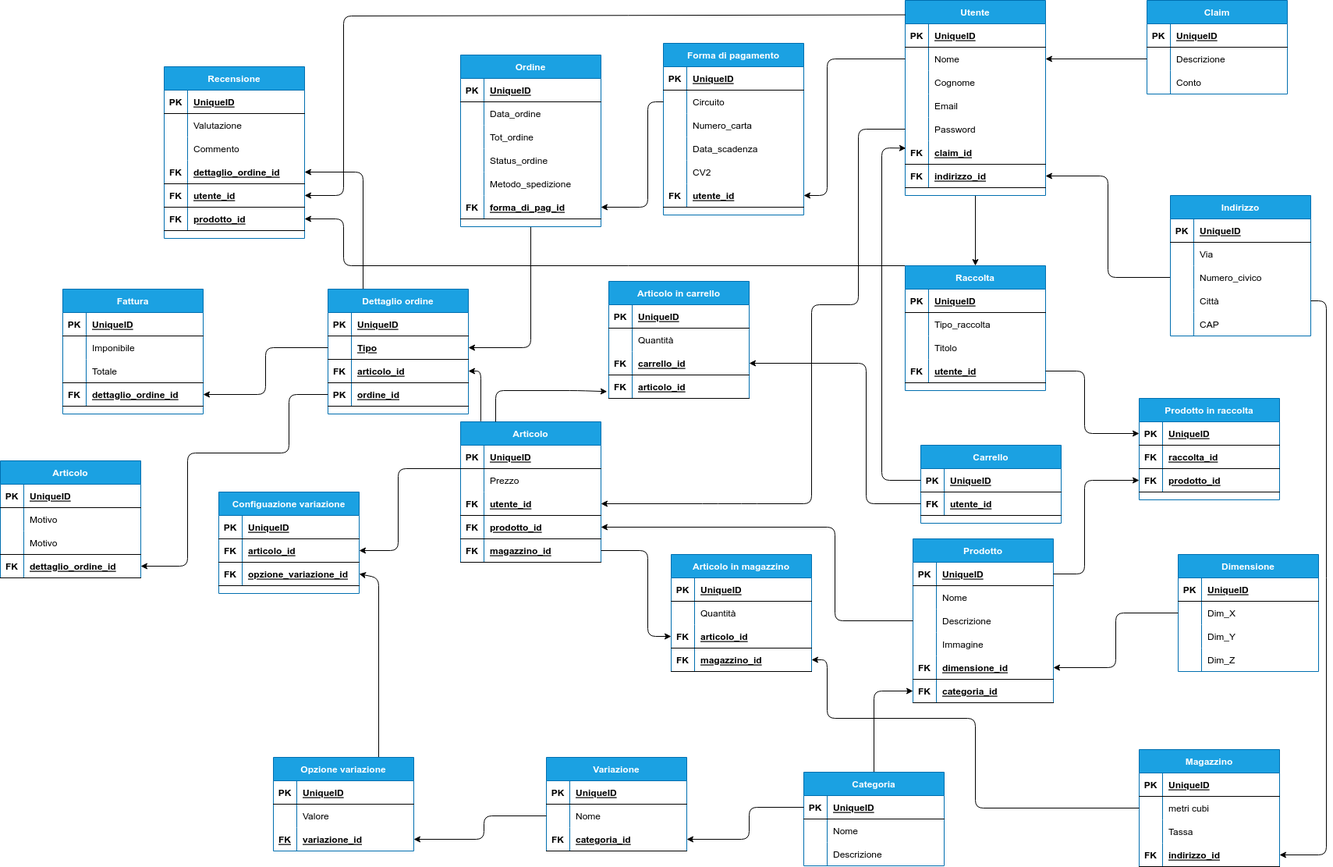
EndriDomiUni/E-commerce keeps this draw.io diagram as doc/modello_logico/modello_logico.png. Above is the earlier version. Source tidied: cells renumbered, new cells last; positions are measured from the earlier drawing's top-left corner, leaving out a move shared by most shapes.
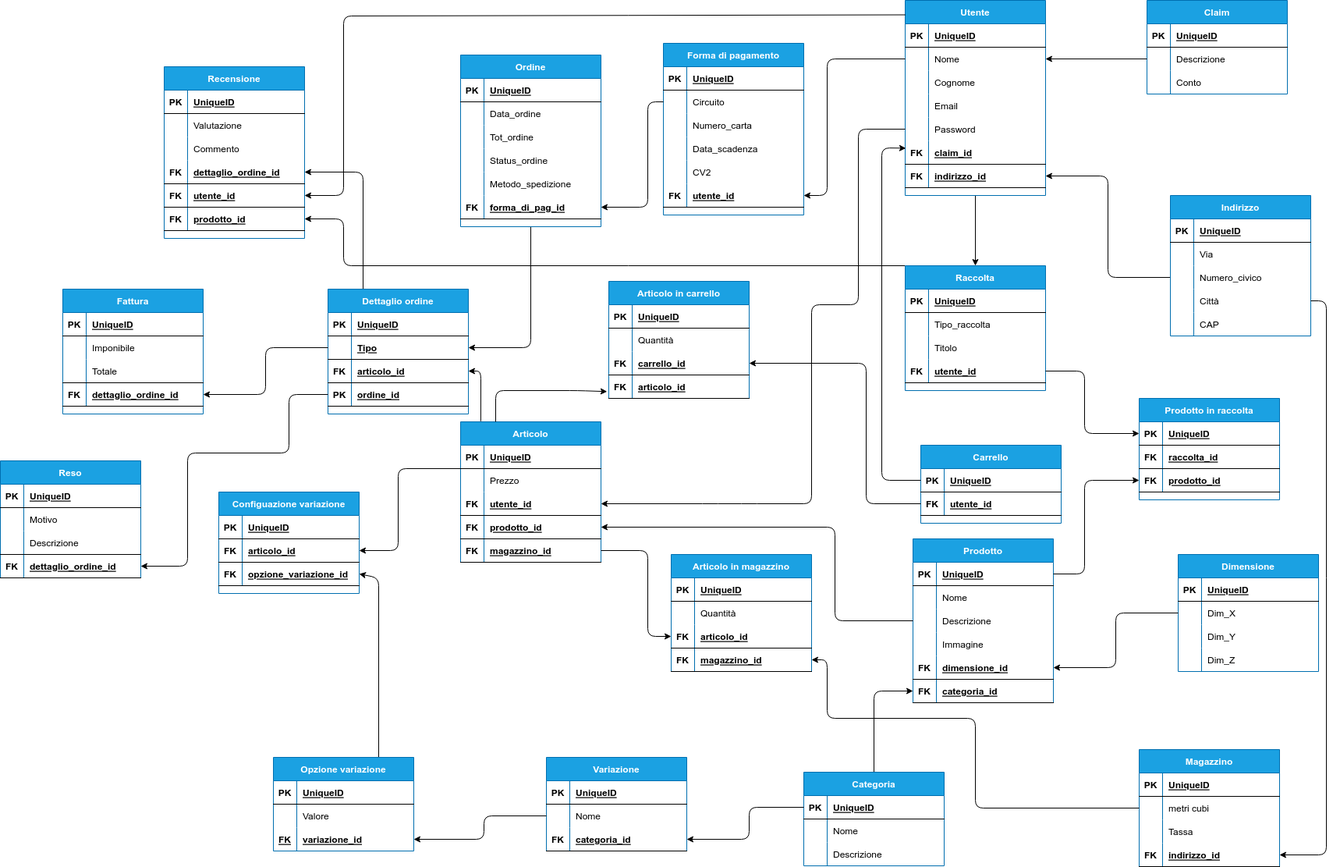
After the change.

Commit message:
Update schema concettuale e modello logico

Change to the diagram source:
```diff
@@ -1074,7 +1074,7 @@
         </Array>
       </mxGeometry>
     </mxCell>
-    <mxCell id="317" value="Articolo" style="shape=table;startSize=30;rowLines=0;fontStyle=1;align=center;fillColor=#1ba1e2;fontColor=#ffffff;strokeColor=#006EAF;" parent="1" vertex="1">
+    <mxCell id="317" value="Reso" style="shape=table;startSize=30;rowLines=0;fontStyle=1;align=center;fillColor=#1ba1e2;fontColor=#ffffff;strokeColor=#006EAF;" parent="1" vertex="1">
       <mxGeometry y="590" width="180" height="150" as="geometry" />
     </mxCell>
     <mxCell id="318" style="shape=partialRectangle;fillColor=none;top=0;left=0;bottom=1;right=0;" parent="317" vertex="1">
@@ -1101,7 +1101,7 @@
     <mxCell id="325" style="shape=partialRectangle;fillColor=none;top=0;left=0;bottom=0;right=0;fontStyle=1;overflow=hidden;" parent="324" vertex="1">
       <mxGeometry width="30" height="30" as="geometry" />
     </mxCell>
-    <mxCell id="326" value="Motivo" style="shape=partialRectangle;fillColor=none;top=0;left=0;bottom=0;right=0;align=left;spacingLeft=6;fontStyle=0;overflow=hidden;" parent="324" vertex="1">
+    <mxCell id="326" value="Descrizione" style="shape=partialRectangle;fillColor=none;top=0;left=0;bottom=0;right=0;align=left;spacingLeft=6;fontStyle=0;overflow=hidden;" parent="324" vertex="1">
       <mxGeometry x="30" width="150" height="30" as="geometry" />
     </mxCell>
     <mxCell id="327" style="shape=partialRectangle;fillColor=none;top=0;left=0;bottom=1;right=0;points=[[0,0.5],[1,0.5]];portConstraint=eastwest;" parent="317" vertex="1">
```
